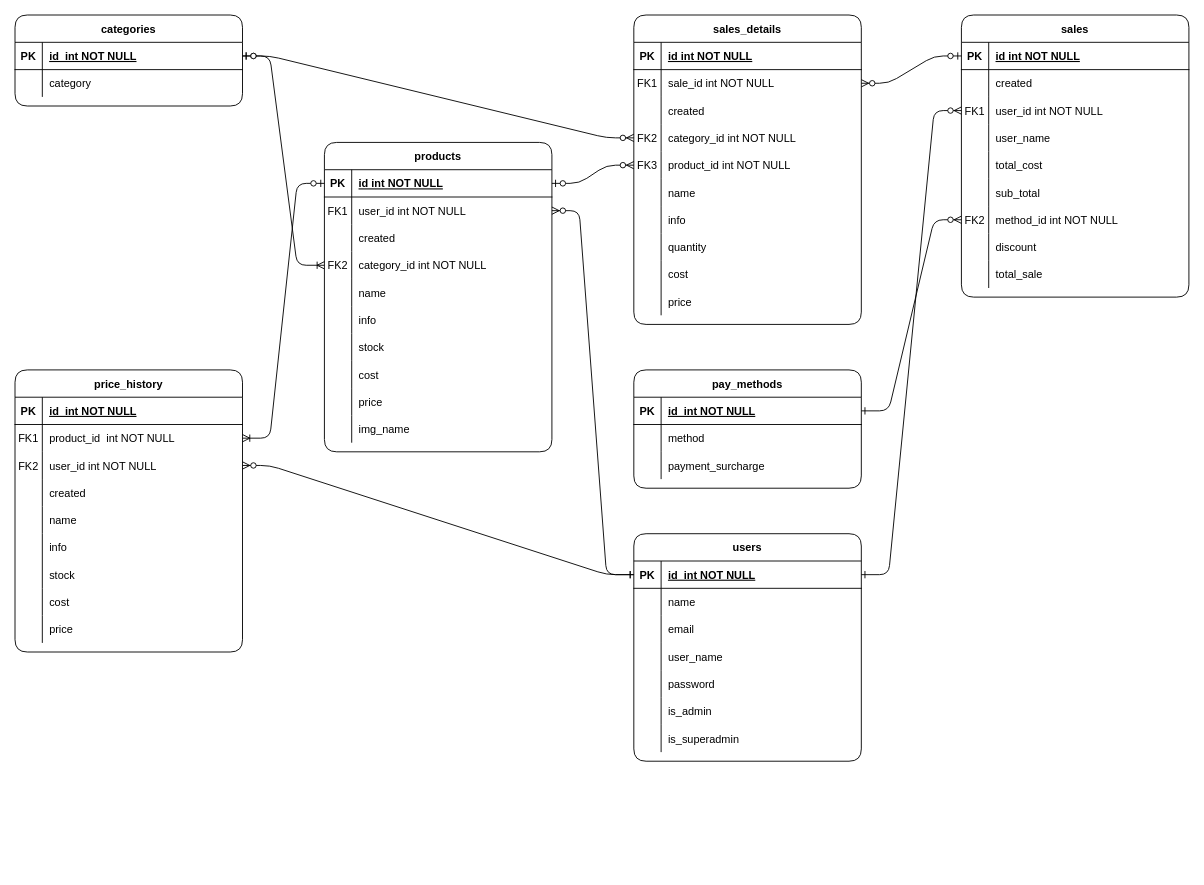
The draw.io diagram Entidades-relaciones.drawio in m415x/POS, before the edit. Source tidied: cells renumbered, new cells numbered last; positions are measured from the earlier drawing's top-left corner, leaving out a move shared by most shapes. Both pictures are drawn from the tidied source at 91%, with x=0, y=0 at pixel (15, 15).
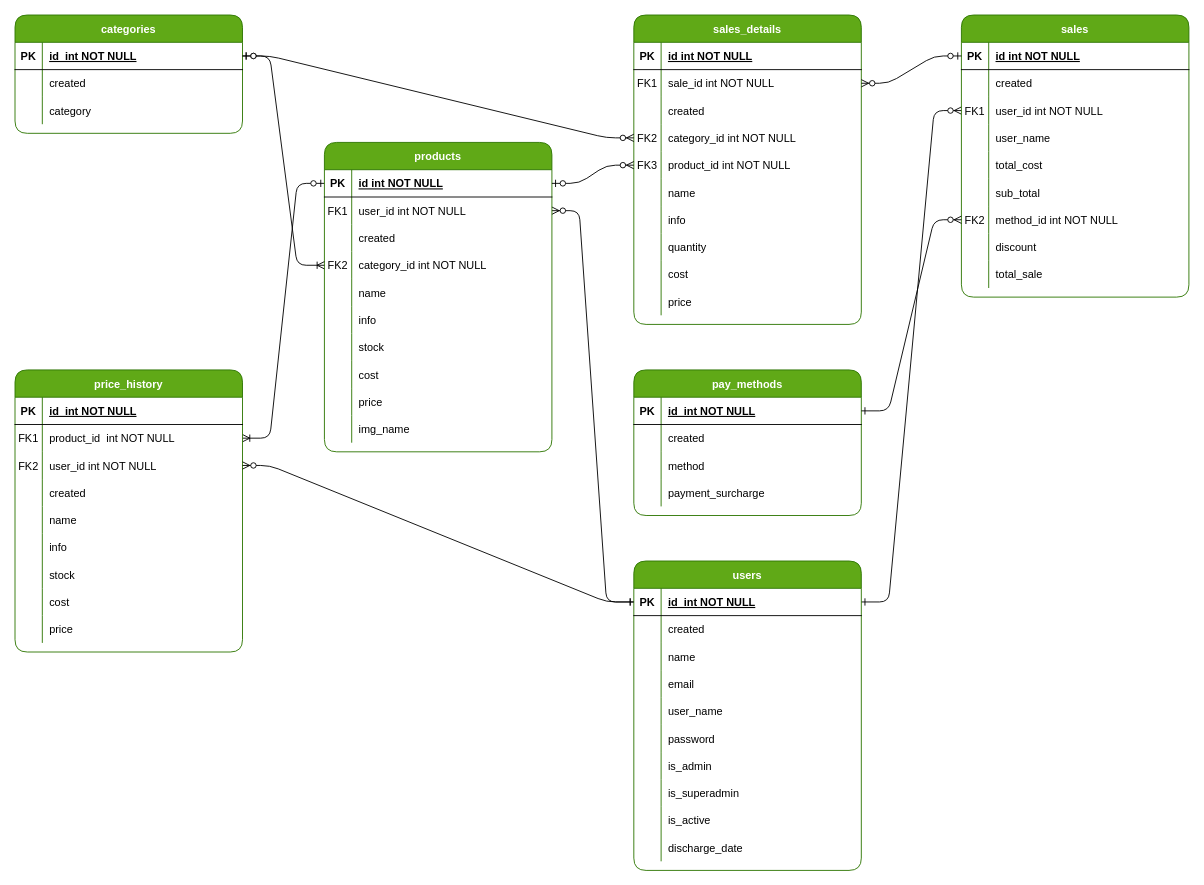
After the change.

What changed in the source:
```diff
@@
-    <mxCell id="5" value="products" style="shape=table;startSize=30;childLayout=tableLayout;rowLines=0;fontStyle=1;align=center;rounded=1;" parent="1" vertex="1">
+    <mxCell id="5" value="products" style="shape=table;startSize=30;childLayout=tableLayout;rowLines=0;fontStyle=1;align=center;rounded=1;fillColor=#60a917;fontColor=#ffffff;strokeColor=#2D7600;" parent="1" vertex="1">
       <mxGeometry x="340" y="140" width="250" height="340" as="geometry" />
     </mxCell>
@@
-    <mxCell id="36" value="sales" style="shape=table;startSize=30;childLayout=tableLayout;rowLines=0;fontStyle=1;align=center;rounded=1;" parent="1" vertex="1">
+    <mxCell id="36" value="sales" style="shape=table;startSize=30;childLayout=tableLayout;rowLines=0;fontStyle=1;align=center;rounded=1;fillColor=#60a917;fontColor=#ffffff;strokeColor=#2D7600;" parent="1" vertex="1">
       <mxGeometry x="1040" width="250" height="310" as="geometry" />
     </mxCell>
@@
-    <mxCell id="64" value="users" style="shape=table;startSize=30;childLayout=tableLayout;rowLines=0;fontStyle=1;align=center;rounded=1;" parent="1" vertex="1">
-      <mxGeometry x="680" y="570" width="250" height="250" as="geometry" />
+    <mxCell id="64" value="users" style="shape=table;startSize=30;childLayout=tableLayout;rowLines=0;fontStyle=1;align=center;rounded=1;fillColor=#60a917;fontColor=#ffffff;strokeColor=#2D7600;" parent="1" vertex="1">
+      <mxGeometry x="680" y="600" width="250" height="340" as="geometry" />
     </mxCell>
@@
+    <mxCell id="168" style="shape=partialRectangle;fillColor=none;top=0;left=0;right=0;bottom=0;" parent="64" vertex="1">
+      <mxGeometry y="60" width="250" height="30" as="geometry" />
+    </mxCell>
+    <mxCell id="169" style="shape=partialRectangle;overflow=hidden;fillColor=none;top=0;left=0;bottom=0;right=0;" parent="168" vertex="1">
+      <mxGeometry width="30" height="30" as="geometry" />
+    </mxCell>
+    <mxCell id="170" value="created" style="shape=partialRectangle;overflow=hidden;fillColor=none;top=0;left=0;bottom=0;right=0;align=left;spacingLeft=6;" parent="168" vertex="1">
+      <mxGeometry x="30" width="220" height="30" as="geometry" />
+    </mxCell>
     <mxCell id="68" style="shape=partialRectangle;fillColor=none;top=0;left=0;right=0;bottom=0;" parent="64" vertex="1">
-      <mxGeometry y="60" width="250" height="30" as="geometry" />
+      <mxGeometry y="90" width="250" height="30" as="geometry" />
     </mxCell>
@@
     <mxCell id="71" style="shape=partialRectangle;fillColor=none;top=0;left=0;right=0;bottom=0;" parent="64" vertex="1">
-      <mxGeometry y="90" width="250" height="30" as="geometry" />
+      <mxGeometry y="120" width="250" height="30" as="geometry" />
     </mxCell>
@@
     <mxCell id="74" style="shape=partialRectangle;fillColor=none;top=0;left=0;right=0;bottom=0;" parent="64" vertex="1">
-      <mxGeometry y="120" width="250" height="30" as="geometry" />
+      <mxGeometry y="150" width="250" height="30" as="geometry" />
     </mxCell>
@@
     <mxCell id="77" style="shape=partialRectangle;fillColor=none;top=0;left=0;right=0;bottom=0;" parent="64" vertex="1">
-      <mxGeometry y="150" width="250" height="30" as="geometry" />
+      <mxGeometry y="180" width="250" height="30" as="geometry" />
     </mxCell>
@@
     <mxCell id="80" style="shape=partialRectangle;fillColor=none;top=0;left=0;right=0;bottom=0;" parent="64" vertex="1">
-      <mxGeometry y="180" width="250" height="30" as="geometry" />
+      <mxGeometry y="210" width="250" height="30" as="geometry" />
     </mxCell>
@@
     <mxCell id="83" style="shape=partialRectangle;fillColor=none;top=0;left=0;right=0;bottom=0;" parent="64" vertex="1">
-      <mxGeometry y="210" width="250" height="30" as="geometry" />
+      <mxGeometry y="240" width="250" height="30" as="geometry" />
     </mxCell>
@@
+    <mxCell id="171" style="shape=partialRectangle;fillColor=none;top=0;left=0;right=0;bottom=0;" parent="64" vertex="1">
+      <mxGeometry y="270" width="250" height="30" as="geometry" />
+    </mxCell>
+    <mxCell id="172" style="shape=partialRectangle;overflow=hidden;fillColor=none;top=0;left=0;bottom=0;right=0;" parent="171" vertex="1">
+      <mxGeometry width="30" height="30" as="geometry" />
+    </mxCell>
+    <mxCell id="173" value="is_active" style="shape=partialRectangle;overflow=hidden;fillColor=none;top=0;left=0;bottom=0;right=0;align=left;spacingLeft=6;" parent="171" vertex="1">
+      <mxGeometry x="30" width="220" height="30" as="geometry" />
+    </mxCell>
+    <mxCell id="174" style="shape=partialRectangle;fillColor=none;top=0;left=0;right=0;bottom=0;" parent="64" vertex="1">
+      <mxGeometry y="300" width="250" height="30" as="geometry" />
+    </mxCell>
+    <mxCell id="175" style="shape=partialRectangle;overflow=hidden;fillColor=none;top=0;left=0;bottom=0;right=0;" parent="174" vertex="1">
+      <mxGeometry width="30" height="30" as="geometry" />
+    </mxCell>
+    <mxCell id="176" value="discharge_date" style="shape=partialRectangle;overflow=hidden;fillColor=none;top=0;left=0;bottom=0;right=0;align=left;spacingLeft=6;" parent="174" vertex="1">
+      <mxGeometry x="30" width="220" height="30" as="geometry" />
+    </mxCell>
-    <mxCell id="86" value="sales_details" style="shape=table;startSize=30;childLayout=tableLayout;rowLines=0;fontStyle=1;align=center;rounded=1;" parent="1" vertex="1">
+    <mxCell id="86" value="sales_details" style="shape=table;startSize=30;childLayout=tableLayout;rowLines=0;fontStyle=1;align=center;rounded=1;fillColor=#60a917;fontColor=#ffffff;strokeColor=#2D7600;" parent="1" vertex="1">
       <mxGeometry x="680" width="250" height="340" as="geometry" />
     </mxCell>
@@
-    <mxCell id="119" value="price_history" style="shape=table;startSize=30;childLayout=tableLayout;rowLines=0;fontStyle=1;align=center;rounded=1;" parent="1" vertex="1">
+    <mxCell id="119" value="price_history" style="shape=table;startSize=30;childLayout=tableLayout;rowLines=0;fontStyle=1;align=center;rounded=1;fillColor=#60a917;fontColor=#ffffff;strokeColor=#2D7600;" parent="1" vertex="1">
       <mxGeometry y="390" width="250" height="310" as="geometry" />
     </mxCell>
@@
-    <mxCell id="147" value="pay_methods" style="shape=table;startSize=30;childLayout=tableLayout;rowLines=0;fontStyle=1;align=center;rounded=1;" parent="1" vertex="1">
-      <mxGeometry x="680" y="390" width="250" height="130" as="geometry" />
+    <mxCell id="147" value="pay_methods" style="shape=table;startSize=30;childLayout=tableLayout;rowLines=0;fontStyle=1;align=center;rounded=1;fillColor=#60a917;fontColor=#ffffff;strokeColor=#2D7600;" parent="1" vertex="1">
+      <mxGeometry x="680" y="390" width="250" height="160" as="geometry" />
     </mxCell>
@@
+    <mxCell id="177" style="shape=partialRectangle;fillColor=none;top=0;left=0;right=0;bottom=0;" parent="147" vertex="1">
+      <mxGeometry y="60" width="250" height="30" as="geometry" />
+    </mxCell>
+    <mxCell id="178" style="shape=partialRectangle;overflow=hidden;fillColor=none;top=0;left=0;bottom=0;right=0;" parent="177" vertex="1">
+      <mxGeometry width="30" height="30" as="geometry" />
+    </mxCell>
+    <mxCell id="179" value="created" style="shape=partialRectangle;overflow=hidden;fillColor=none;top=0;left=0;bottom=0;right=0;align=left;spacingLeft=6;" parent="177" vertex="1">
+      <mxGeometry x="30" width="220" height="30" as="geometry" />
+    </mxCell>
     <mxCell id="151" style="shape=partialRectangle;fillColor=none;top=0;left=0;right=0;bottom=0;" parent="147" vertex="1">
-      <mxGeometry y="60" width="250" height="30" as="geometry" />
+      <mxGeometry y="90" width="250" height="30" as="geometry" />
     </mxCell>
@@
     <mxCell id="154" style="shape=partialRectangle;fillColor=none;top=0;left=0;right=0;bottom=0;" parent="147" vertex="1">
-      <mxGeometry y="90" width="250" height="30" as="geometry" />
+      <mxGeometry y="120" width="250" height="30" as="geometry" />
     </mxCell>
@@
-    <mxCell id="158" value="categories" style="shape=table;startSize=30;childLayout=tableLayout;rowLines=0;fontStyle=1;align=center;rounded=1;" parent="1" vertex="1">
-      <mxGeometry width="250" height="100" as="geometry" />
+    <mxCell id="158" value="categories" style="shape=table;startSize=30;childLayout=tableLayout;rowLines=0;fontStyle=1;align=center;rounded=1;fillColor=#60a917;fontColor=#ffffff;strokeColor=#2D7600;" parent="1" vertex="1">
+      <mxGeometry width="250" height="130" as="geometry" />
     </mxCell>
@@
+    <mxCell id="180" style="shape=partialRectangle;fillColor=none;top=0;left=0;right=0;bottom=0;" parent="158" vertex="1">
+      <mxGeometry y="60" width="250" height="30" as="geometry" />
+    </mxCell>
+    <mxCell id="181" style="shape=partialRectangle;overflow=hidden;fillColor=none;top=0;left=0;bottom=0;right=0;" parent="180" vertex="1">
+      <mxGeometry width="30" height="30" as="geometry" />
+    </mxCell>
+    <mxCell id="182" value="created" style="shape=partialRectangle;overflow=hidden;fillColor=none;top=0;left=0;bottom=0;right=0;align=left;spacingLeft=6;" parent="180" vertex="1">
+      <mxGeometry x="30" width="220" height="30" as="geometry" />
+    </mxCell>
     <mxCell id="162" style="shape=partialRectangle;fillColor=none;top=0;left=0;right=0;bottom=0;" parent="158" vertex="1">
-      <mxGeometry y="60" width="250" height="30" as="geometry" />
+      <mxGeometry y="90" width="250" height="30" as="geometry" />
     </mxCell>
```
